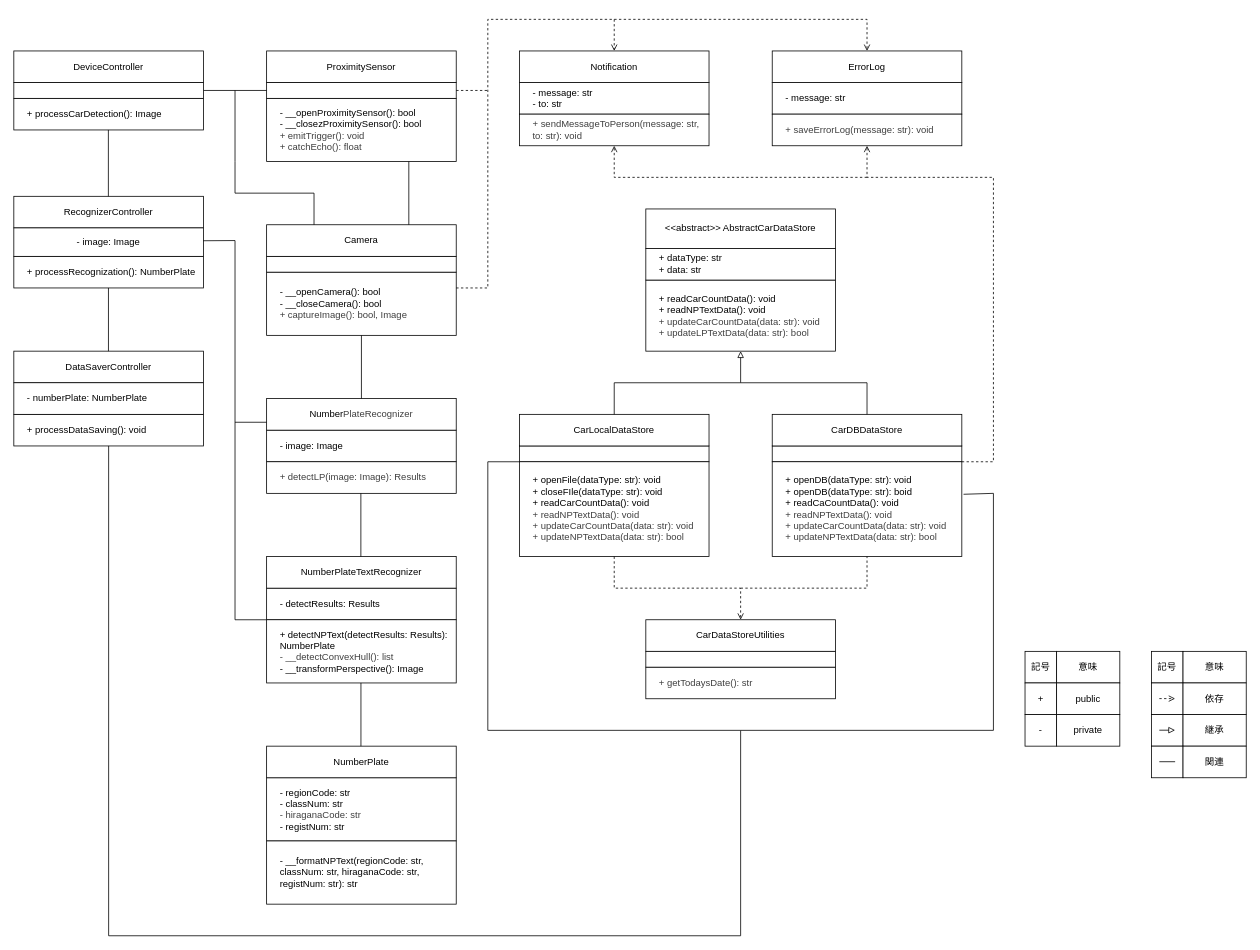
Earlier version of the draw.io diagram page "入口用" (1 of 2) of uml/class_diagram.drawio (kokoa454/ANPR_JP). Source tidied: cells renumbered, new cells numbered last; positions are measured from the earlier drawing's top-left corner, leaving out a move shared by most shapes. Both pictures are drawn from the tidied source at 79%, with x=0, y=0 at pixel (13, 19).
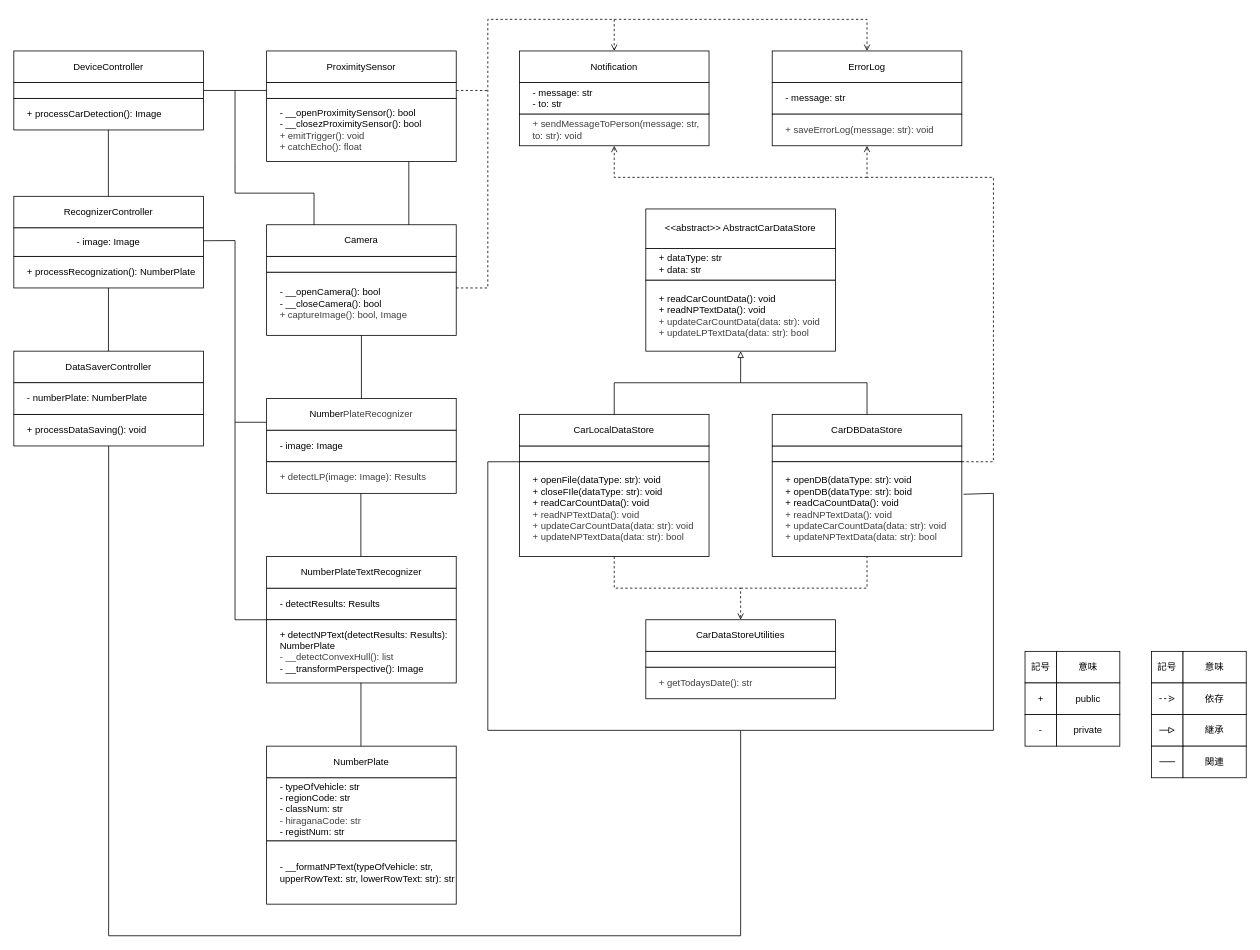
Above is the later version.

Commit message (it also covers changes not shown here):
add: NumberPlate.py; docs: update class diagram

Diff of the diagram source:
```diff
@@
-    <mxCell id="2" value="- regionCode: str&lt;div&gt;- classNum: str&lt;/div&gt;&lt;div&gt;&lt;span style=&quot;background-color: transparent; color: rgb(63, 63, 63);&quot;&gt;- hiraganaCode: str&lt;/span&gt;&lt;/div&gt;&lt;div&gt;- registNum: str&lt;/div&gt;" style="rounded=0;whiteSpace=wrap;html=1;align=left;spacingLeft=15;" parent="1" vertex="1">
+    <mxCell id="2" value="&lt;div&gt;- typeOfVehicle: str&lt;/div&gt;- regionCode: str&lt;div&gt;- classNum: str&lt;/div&gt;&lt;div&gt;&lt;span style=&quot;background-color: transparent; color: rgb(63, 63, 63);&quot;&gt;- hiraganaCode: str&lt;/span&gt;&lt;/div&gt;&lt;div&gt;- registNum: str&lt;/div&gt;" style="rounded=0;whiteSpace=wrap;html=1;align=left;spacingLeft=15;" parent="1" vertex="1">
       <mxGeometry x="320" y="960" width="240" height="80" as="geometry" />
     </mxCell>
@@
-    <mxCell id="4" value="&lt;div&gt;&lt;span style=&quot;background-color: transparent;&quot;&gt;- __formatNPText(regionCode: str, classNum: str, hiraganaCode: str, registNum: str): str&lt;/span&gt;&lt;/div&gt;" style="rounded=0;whiteSpace=wrap;html=1;align=left;spacingLeft=15;" parent="1" vertex="1">
+    <mxCell id="4" value="&lt;div&gt;&lt;span style=&quot;background-color: transparent;&quot;&gt;- __formatNPText(typeOfVehicle: str, upperRowText: str, lowerRowText: str): str&lt;/span&gt;&lt;/div&gt;" style="rounded=0;whiteSpace=wrap;html=1;align=left;spacingLeft=15;" parent="1" vertex="1">
       <mxGeometry x="320" y="1040" width="240" height="80" as="geometry" />
     </mxCell>
```
